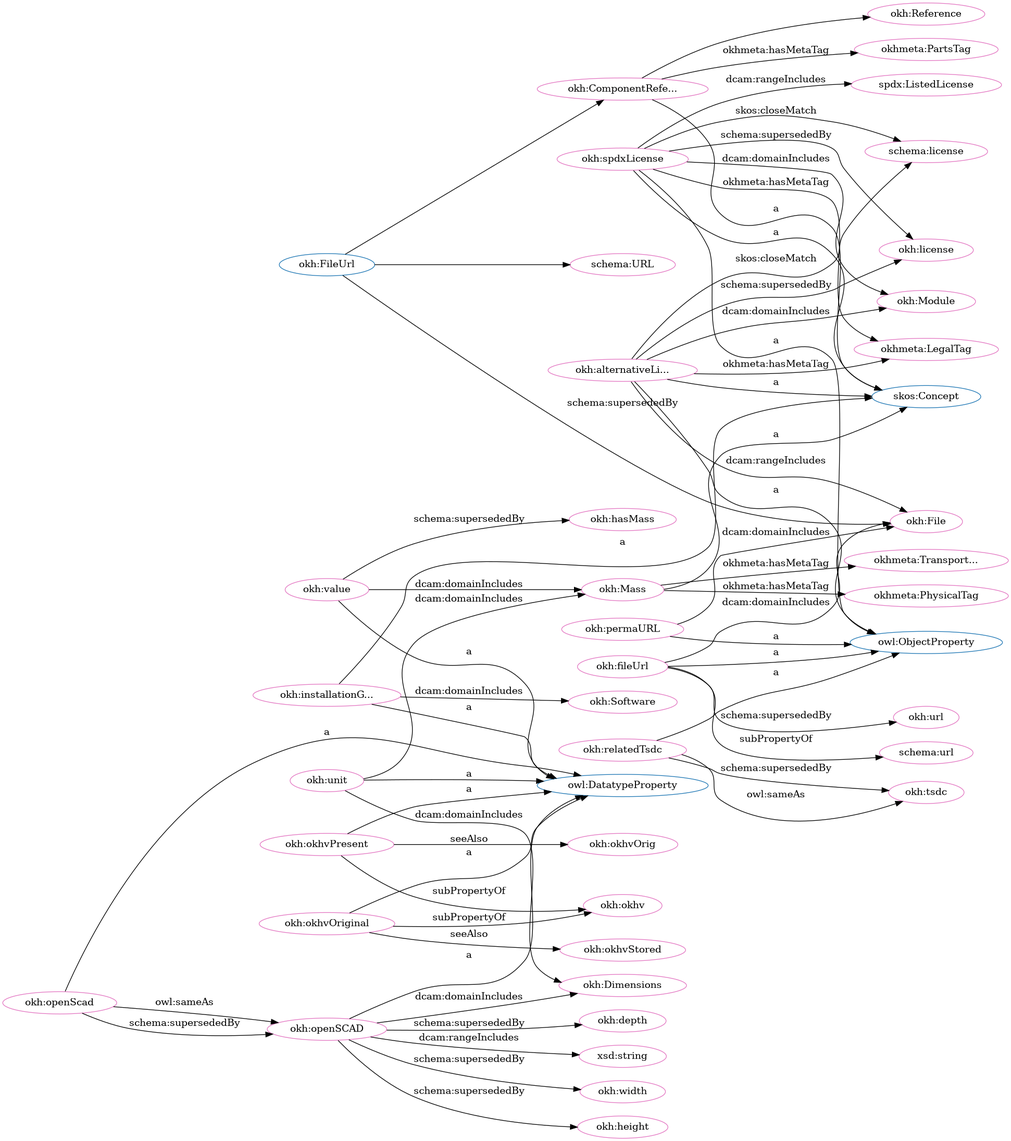
Before: src/spec/dot_okh_deprecated.png, a diagram exported from Graphviz (iop-alliance/OpenKnowHow). Its source is kept beside it as src/spec/dot_okh_deprecated.dot.
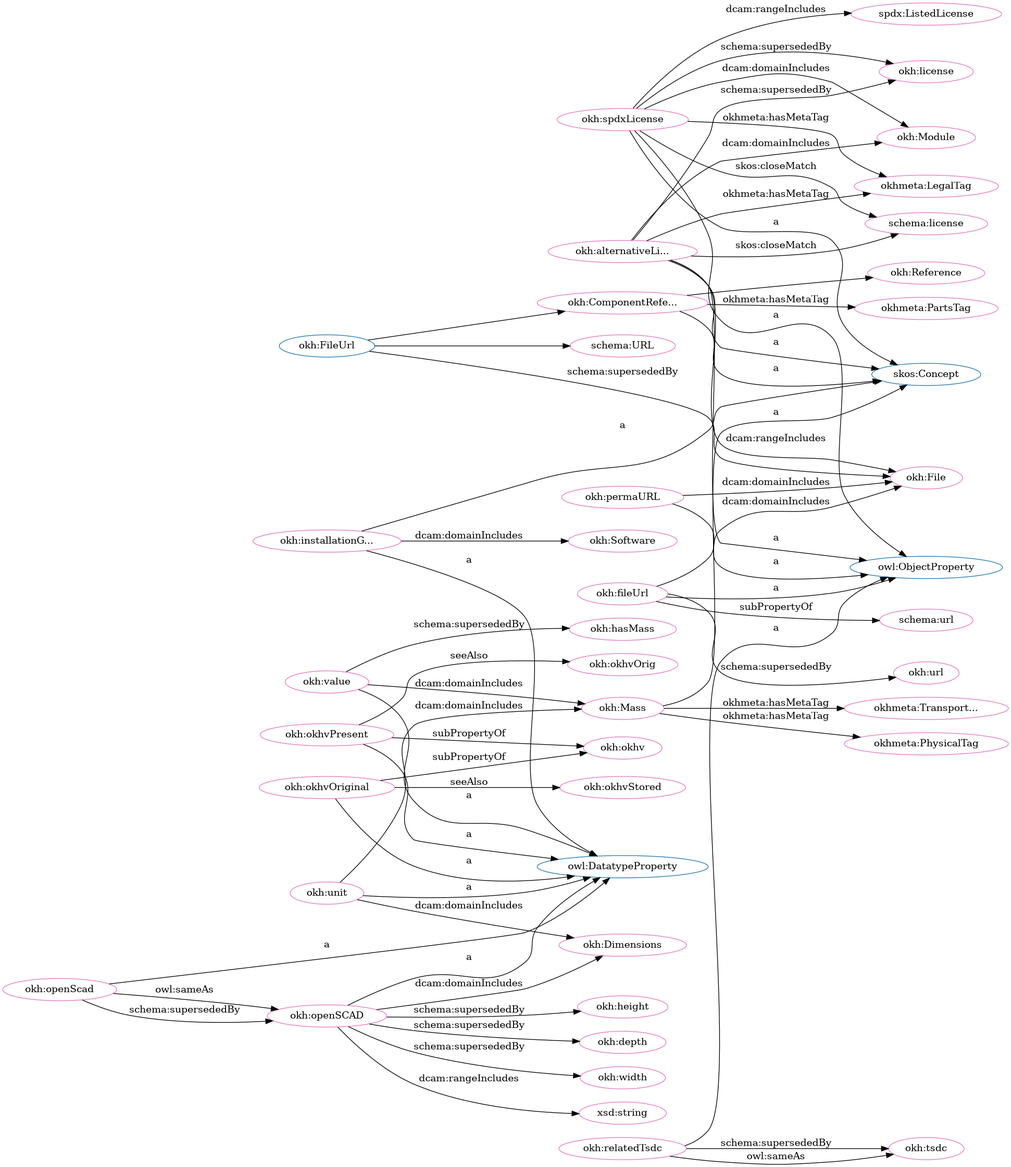
The same diagram one commit later.

Diff of the diagram source:
```diff
@@ -1,106 +1,106 @@
 digraph G {
   rankdir=BT
   node[height=.3]
+"http://www.w3.org/2002/07/owl#ObjectProperty" [fillcolor="#1f77b4" color="#1f77b4" label="owl:ObjectProperty"]
+"http://w3id.org/oseg/ont/okh#Reference" [fillcolor="#1f77b4" color="#1f77b4" label="okh:Reference"]
+"http://w3id.org/oseg/ont/okh#FileUrl" [fillcolor="#1f77b4" color="#1f77b4" label="okh:FileUrl"]
+"http://w3id.org/oseg/ont/okh#ComponentReference" [fillcolor="#1f77b4" color="#1f77b4" label="okh:ComponentRefe..."]
 "http://w3id.org/oseg/ont/okh#Mass" [fillcolor="#1f77b4" color="#1f77b4" label="okh:Mass"]
-"http://schema.org/URL" [fillcolor="#1f77b4" color="#1f77b4" label="schema:URL"]
-"http://www.w3.org/2002/07/owl#ObjectProperty" [fillcolor="#1f77b4" color="#1f77b4" label="owl:ObjectProperty"]
 "http://www.w3.org/2002/07/owl#DatatypeProperty" [fillcolor="#1f77b4" color="#1f77b4" label="owl:DatatypeProperty"]
 "http://www.w3.org/2004/02/skos/core#Concept" [fillcolor="#1f77b4" color="#1f77b4" label="skos:Concept"]
-"http://w3id.org/oseg/ont/okh#FileUrl" [fillcolor="#1f77b4" color="#1f77b4" label="okh:FileUrl"]
-"http://w3id.org/oseg/ont/okh#ComponentReference" [fillcolor="#1f77b4" color="#1f77b4" label="okh:ComponentRefe..."]
-"http://w3id.org/oseg/ont/okh#Reference" [fillcolor="#1f77b4" color="#1f77b4" label="okh:Reference"]
-"http://w3id.org/oseg/ont/okh#hasMass" [fillcolor="#e377c2" color="#e377c2" label="okh:hasMass"]
-"http://w3id.org/oseg/ont/okh#height" [fillcolor="#e377c2" color="#e377c2" label="okh:height"]
-"http://w3id.org/oseg/ont/okh#fileUrl" [fillcolor="#e377c2" color="#e377c2" label="okh:fileUrl"]
+"http://schema.org/URL" [fillcolor="#1f77b4" color="#1f77b4" label="schema:URL"]
+"http://w3id.org/oseg/ont/okh#ComponentReference" [fillcolor="#e377c2" color="#e377c2" label="okh:ComponentRefe..."]
 "http://w3id.org/oseg/ont/okh#File" [fillcolor="#e377c2" color="#e377c2" label="okh:File"]
+"http://w3id.org/oseg/ont/okh#spdxLicense" [fillcolor="#e377c2" color="#e377c2" label="okh:spdxLicense"]
 "http://w3id.org/oseg/ont/okh#okhvOrig" [fillcolor="#e377c2" color="#e377c2" label="okh:okhvOrig"]
+"http://w3id.org/oseg/ont/okh#Module" [fillcolor="#e377c2" color="#e377c2" label="okh:Module"]
+"http://w3id.org/oseg/ont/okh#license" [fillcolor="#e377c2" color="#e377c2" label="okh:license"]
+"http://www.w3.org/2001/XMLSchema#string" [fillcolor="#e377c2" color="#e377c2" label="xsd:string"]
+"http://w3id.org/oseg/ont/okh#installationGuide" [fillcolor="#e377c2" color="#e377c2" label="okh:installationG..."]
+"http://w3id.org/oseg/ont/okh#Dimensions" [fillcolor="#e377c2" color="#e377c2" label="okh:Dimensions"]
 "http://w3id.org/oseg/ont/okh#okhvPresent" [fillcolor="#e377c2" color="#e377c2" label="okh:okhvPresent"]
-"http://w3id.org/oseg/ont/okh#alternativeLicense" [fillcolor="#e377c2" color="#e377c2" label="okh:alternativeLi..."]
-"http://w3id.org/oseg/ont/okh#Mass" [fillcolor="#e377c2" color="#e377c2" label="okh:Mass"]
-"http://w3id.org/oseg/ont/okh#spdxLicense" [fillcolor="#e377c2" color="#e377c2" label="okh:spdxLicense"]
-"http://w3id.org/oseg/ont/okh#Module" [fillcolor="#e377c2" color="#e377c2" label="okh:Module"]
 "http://w3id.org/oseg/ont/okh#okhv" [fillcolor="#e377c2" color="#e377c2" label="okh:okhv"]
 "http://w3id.org/oseg/ont/okhmetaPartsTag" [fillcolor="#e377c2" color="#e377c2" label="okhmeta:PartsTag"]
+"http://w3id.org/oseg/ont/okh#openSCAD" [fillcolor="#e377c2" color="#e377c2" label="okh:openSCAD"]
+"http://schema.org/license" [fillcolor="#e377c2" color="#e377c2" label="schema:license"]
+"http://w3id.org/oseg/ont/okh#Mass" [fillcolor="#e377c2" color="#e377c2" label="okh:Mass"]
+"http://w3id.org/oseg/ont/okh#value" [fillcolor="#e377c2" color="#e377c2" label="okh:value"]
 "http://w3id.org/oseg/ont/okh#tsdc" [fillcolor="#e377c2" color="#e377c2" label="okh:tsdc"]
+"http://w3id.org/oseg/ont/okh#unit" [fillcolor="#e377c2" color="#e377c2" label="okh:unit"]
+"http://w3id.org/oseg/ont/okh#alternativeLicense" [fillcolor="#e377c2" color="#e377c2" label="okh:alternativeLi..."]
+"http://w3id.org/oseg/ont/okhmetaTransportationTag" [fillcolor="#e377c2" color="#e377c2" label="okhmeta:Transport..."]
+"http://w3id.org/oseg/ont/okh#okhvOriginal" [fillcolor="#e377c2" color="#e377c2" label="okh:okhvOriginal"]
+"http://w3id.org/oseg/ont/okh#fileUrl" [fillcolor="#e377c2" color="#e377c2" label="okh:fileUrl"]
+"http://w3id.org/oseg/ont/okh#height" [fillcolor="#e377c2" color="#e377c2" label="okh:height"]
+"http://w3id.org/oseg/ont/okh#Reference" [fillcolor="#e377c2" color="#e377c2" label="okh:Reference"]
+"http://w3id.org/oseg/ont/okh#Software" [fillcolor="#e377c2" color="#e377c2" label="okh:Software"]
 "http://schema.org/URL" [fillcolor="#e377c2" color="#e377c2" label="schema:URL"]
-"http://w3id.org/oseg/ont/okh#depth" [fillcolor="#e377c2" color="#e377c2" label="okh:depth"]
-"http://w3id.org/oseg/ont/okh#license" [fillcolor="#e377c2" color="#e377c2" label="okh:license"]
-"http://w3id.org/oseg/ont/okh#installationGuide" [fillcolor="#e377c2" color="#e377c2" label="okh:installationG..."]
 "http://w3id.org/oseg/ont/okh#okhvStored" [fillcolor="#e377c2" color="#e377c2" label="okh:okhvStored"]
 "http://w3id.org/oseg/ont/okh#relatedTsdc" [fillcolor="#e377c2" color="#e377c2" label="okh:relatedTsdc"]
-"http://www.w3.org/2001/XMLSchema#string" [fillcolor="#e377c2" color="#e377c2" label="xsd:string"]
-"http://schema.org/license" [fillcolor="#e377c2" color="#e377c2" label="schema:license"]
+"http://w3id.org/oseg/ont/okh#depth" [fillcolor="#e377c2" color="#e377c2" label="okh:depth"]
+"http://w3id.org/oseg/ont/okhmetaLegalTag" [fillcolor="#e377c2" color="#e377c2" label="okhmeta:LegalTag"]
+"http://spdx.org/rdf/terms#ListedLicense" [fillcolor="#e377c2" color="#e377c2" label="spdx:ListedLicense"]
+"http://w3id.org/oseg/ont/okh#hasMass" [fillcolor="#e377c2" color="#e377c2" label="okh:hasMass"]
+"http://w3id.org/oseg/ont/okh#width" [fillcolor="#e377c2" color="#e377c2" label="okh:width"]
+"http://w3id.org/oseg/ont/okhmetaPhysicalTag" [fillcolor="#e377c2" color="#e377c2" label="okhmeta:PhysicalTag"]
+"http://w3id.org/oseg/ont/okh#url" [fillcolor="#e377c2" color="#e377c2" label="okh:url"]
 "http://w3id.org/oseg/ont/okh#permaURL" [fillcolor="#e377c2" color="#e377c2" label="okh:permaURL"]
-"http://w3id.org/oseg/ont/okhmetaLegalTag" [fillcolor="#e377c2" color="#e377c2" label="okhmeta:LegalTag"]
-"http://w3id.org/oseg/ont/okh#okhvOriginal" [fillcolor="#e377c2" color="#e377c2" label="okh:okhvOriginal"]
-"http://w3id.org/oseg/ont/okh#Software" [fillcolor="#e377c2" color="#e377c2" label="okh:Software"]
-"http://w3id.org/oseg/ont/okhmetaPhysicalTag" [fillcolor="#e377c2" color="#e377c2" label="okhmeta:PhysicalTag"]
-"http://w3id.org/oseg/ont/okhmetaTransportationTag" [fillcolor="#e377c2" color="#e377c2" label="okhmeta:Transport..."]
-"http://w3id.org/oseg/ont/okh#width" [fillcolor="#e377c2" color="#e377c2" label="okh:width"]
-"http://w3id.org/oseg/ont/okh#openSCAD" [fillcolor="#e377c2" color="#e377c2" label="okh:openSCAD"]
-"http://w3id.org/oseg/ont/okh#Dimensions" [fillcolor="#e377c2" color="#e377c2" label="okh:Dimensions"]
-"http://w3id.org/oseg/ont/okh#value" [fillcolor="#e377c2" color="#e377c2" label="okh:value"]
-"http://w3id.org/oseg/ont/okh#ComponentReference" [fillcolor="#e377c2" color="#e377c2" label="okh:ComponentRefe..."]
-"http://w3id.org/oseg/ont/okh#Reference" [fillcolor="#e377c2" color="#e377c2" label="okh:Reference"]
-"http://spdx.org/rdf/terms#ListedLicense" [fillcolor="#e377c2" color="#e377c2" label="spdx:ListedLicense"]
-"http://w3id.org/oseg/ont/okh#url" [fillcolor="#e377c2" color="#e377c2" label="okh:url"]
+"http://schema.org/url" [fillcolor="#e377c2" color="#e377c2" label="schema:url"]
 "http://w3id.org/oseg/ont/okh#openScad" [fillcolor="#e377c2" color="#e377c2" label="okh:openScad"]
-"http://w3id.org/oseg/ont/okh#unit" [fillcolor="#e377c2" color="#e377c2" label="okh:unit"]
-"http://schema.org/url" [fillcolor="#e377c2" color="#e377c2" label="schema:url"]
-  "http://w3id.org/oseg/ont/okh#value" -> "http://w3id.org/oseg/ont/okh#hasMass" [label="schema:supersededBy"]
-  "http://w3id.org/oseg/ont/okh#openSCAD" -> "http://w3id.org/oseg/ont/okh#height" [label="schema:supersededBy"]
-  "http://w3id.org/oseg/ont/okh#fileUrl" -> "http://www.w3.org/2002/07/owl#ObjectProperty" [label="a"]
-  "http://w3id.org/oseg/ont/okh#alternativeLicense" -> "http://w3id.org/oseg/ont/okh#File" [label="dcam:rangeIncludes"]
+  "http://w3id.org/oseg/ont/okh#spdxLicense" -> "http://www.w3.org/2002/07/owl#ObjectProperty" [label="a"]
+  "http://w3id.org/oseg/ont/okh#ComponentReference" -> "http://www.w3.org/2004/02/skos/core#Concept" [label="a"]
+  "http://w3id.org/oseg/ont/okh#FileUrl" -> "http://w3id.org/oseg/ont/okh#File" [label="schema:supersededBy"]
   "http://w3id.org/oseg/ont/okh#okhvPresent" -> "http://w3id.org/oseg/ont/okh#okhvOrig" [label="seeAlso"]
+  "http://w3id.org/oseg/ont/okh#spdxLicense" -> "http://w3id.org/oseg/ont/okh#Module" [label="dcam:domainIncludes"]
+  "http://w3id.org/oseg/ont/okh#FileUrl" -> "http://w3id.org/oseg/ont/okh#ComponentReference" [label=""]
+  "http://w3id.org/oseg/ont/okh#fileUrl" -> "http://w3id.org/oseg/ont/okh#File" [label="dcam:domainIncludes"]
+  "http://w3id.org/oseg/ont/okh#alternativeLicense" -> "http://w3id.org/oseg/ont/okh#license" [label="schema:supersededBy"]
+  "http://w3id.org/oseg/ont/okh#openSCAD" -> "http://www.w3.org/2001/XMLSchema#string" [label="dcam:rangeIncludes"]
+  "http://w3id.org/oseg/ont/okh#installationGuide" -> "http://www.w3.org/2004/02/skos/core#Concept" [label="a"]
+  "http://w3id.org/oseg/ont/okh#openSCAD" -> "http://w3id.org/oseg/ont/okh#Dimensions" [label="dcam:domainIncludes"]
   "http://w3id.org/oseg/ont/okh#okhvPresent" -> "http://www.w3.org/2002/07/owl#DatatypeProperty" [label="a"]
-  "http://w3id.org/oseg/ont/okh#alternativeLicense" -> "http://www.w3.org/2002/07/owl#ObjectProperty" [label="a"]
-  "http://w3id.org/oseg/ont/okh#Mass" -> "http://www.w3.org/2004/02/skos/core#Concept" [label="a"]
-  "http://w3id.org/oseg/ont/okh#spdxLicense" -> "http://www.w3.org/2002/07/owl#ObjectProperty" [label="a"]
-  "http://w3id.org/oseg/ont/okh#alternativeLicense" -> "http://w3id.org/oseg/ont/okh#Module" [label="dcam:domainIncludes"]
-  "http://w3id.org/oseg/ont/okh#spdxLicense" -> "http://w3id.org/oseg/ont/okh#Module" [label="dcam:domainIncludes"]
-  "http://w3id.org/oseg/ont/okh#okhvOriginal" -> "http://w3id.org/oseg/ont/okh#okhv" [label="subPropertyOf"]
+  "http://w3id.org/oseg/ont/okh#okhvPresent" -> "http://w3id.org/oseg/ont/okh#okhv" [label="subPropertyOf"]
   "http://w3id.org/oseg/ont/okh#ComponentReference" -> "http://w3id.org/oseg/ont/okhmetaPartsTag" [label="okhmeta:hasMetaTag"]
-  "http://w3id.org/oseg/ont/okh#relatedTsdc" -> "http://w3id.org/oseg/ont/okh#tsdc" [label="owl:sameAs"]
-  "http://w3id.org/oseg/ont/okh#FileUrl" -> "http://schema.org/URL" [label=""]
-  "http://w3id.org/oseg/ont/okh#openSCAD" -> "http://w3id.org/oseg/ont/okh#depth" [label="schema:supersededBy"]
-  "http://w3id.org/oseg/ont/okh#installationGuide" -> "http://www.w3.org/2004/02/skos/core#Concept" [label="a"]
-  "http://w3id.org/oseg/ont/okh#alternativeLicense" -> "http://w3id.org/oseg/ont/okh#license" [label="schema:supersededBy"]
-  "http://w3id.org/oseg/ont/okh#okhvOriginal" -> "http://w3id.org/oseg/ont/okh#okhvStored" [label="seeAlso"]
-  "http://w3id.org/oseg/ont/okh#relatedTsdc" -> "http://w3id.org/oseg/ont/okh#tsdc" [label="schema:supersededBy"]
-  "http://w3id.org/oseg/ont/okh#relatedTsdc" -> "http://www.w3.org/2002/07/owl#ObjectProperty" [label="a"]
-  "http://w3id.org/oseg/ont/okh#openSCAD" -> "http://www.w3.org/2001/XMLSchema#string" [label="dcam:rangeIncludes"]
-  "http://w3id.org/oseg/ont/okh#alternativeLicense" -> "http://schema.org/license" [label="skos:closeMatch"]
+  "http://w3id.org/oseg/ont/okh#openScad" -> "http://w3id.org/oseg/ont/okh#openSCAD" [label="schema:supersededBy"]
+  "http://w3id.org/oseg/ont/okh#permaURL" -> "http://w3id.org/oseg/ont/okh#File" [label="dcam:domainIncludes"]
   "http://w3id.org/oseg/ont/okh#spdxLicense" -> "http://schema.org/license" [label="skos:closeMatch"]
-  "http://w3id.org/oseg/ont/okh#permaURL" -> "http://www.w3.org/2002/07/owl#ObjectProperty" [label="a"]
-  "http://w3id.org/oseg/ont/okh#alternativeLicense" -> "http://w3id.org/oseg/ont/okhmetaLegalTag" [label="okhmeta:hasMetaTag"]
-  "http://w3id.org/oseg/ont/okh#okhvOriginal" -> "http://www.w3.org/2002/07/owl#DatatypeProperty" [label="a"]
   "http://w3id.org/oseg/ont/okh#value" -> "http://w3id.org/oseg/ont/okh#Mass" [label="dcam:domainIncludes"]
   "http://w3id.org/oseg/ont/okh#unit" -> "http://w3id.org/oseg/ont/okh#Mass" [label="dcam:domainIncludes"]
+  "http://w3id.org/oseg/ont/okh#value" -> "http://www.w3.org/2002/07/owl#DatatypeProperty" [label="a"]
+  "http://w3id.org/oseg/ont/okh#relatedTsdc" -> "http://w3id.org/oseg/ont/okh#tsdc" [label="schema:supersededBy"]
+  "http://w3id.org/oseg/ont/okh#unit" -> "http://www.w3.org/2002/07/owl#DatatypeProperty" [label="a"]
+  "http://w3id.org/oseg/ont/okh#openSCAD" -> "http://www.w3.org/2002/07/owl#DatatypeProperty" [label="a"]
+  "http://w3id.org/oseg/ont/okh#alternativeLicense" -> "http://www.w3.org/2004/02/skos/core#Concept" [label="a"]
+  "http://w3id.org/oseg/ont/okh#installationGuide" -> "http://www.w3.org/2002/07/owl#DatatypeProperty" [label="a"]
+  "http://w3id.org/oseg/ont/okh#unit" -> "http://w3id.org/oseg/ont/okh#Dimensions" [label="dcam:domainIncludes"]
+  "http://w3id.org/oseg/ont/okh#alternativeLicense" -> "http://www.w3.org/2002/07/owl#ObjectProperty" [label="a"]
+  "http://w3id.org/oseg/ont/okh#Mass" -> "http://w3id.org/oseg/ont/okhmetaTransportationTag" [label="okhmeta:hasMetaTag"]
+  "http://w3id.org/oseg/ont/okh#Mass" -> "http://www.w3.org/2004/02/skos/core#Concept" [label="a"]
+  "http://w3id.org/oseg/ont/okh#okhvOriginal" -> "http://www.w3.org/2002/07/owl#DatatypeProperty" [label="a"]
+  "http://w3id.org/oseg/ont/okh#spdxLicense" -> "http://w3id.org/oseg/ont/okh#license" [label="schema:supersededBy"]
+  "http://w3id.org/oseg/ont/okh#fileUrl" -> "http://www.w3.org/2002/07/owl#ObjectProperty" [label="a"]
+  "http://w3id.org/oseg/ont/okh#openSCAD" -> "http://w3id.org/oseg/ont/okh#height" [label="schema:supersededBy"]
+  "http://w3id.org/oseg/ont/okh#ComponentReference" -> "http://w3id.org/oseg/ont/okh#Reference" [label=""]
+  "http://w3id.org/oseg/ont/okh#openScad" -> "http://w3id.org/oseg/ont/okh#openSCAD" [label="owl:sameAs"]
   "http://w3id.org/oseg/ont/okh#installationGuide" -> "http://w3id.org/oseg/ont/okh#Software" [label="dcam:domainIncludes"]
-  "http://w3id.org/oseg/ont/okh#alternativeLicense" -> "http://www.w3.org/2004/02/skos/core#Concept" [label="a"]
+  "http://w3id.org/oseg/ont/okh#FileUrl" -> "http://schema.org/URL" [label=""]
+  "http://w3id.org/oseg/ont/okh#okhvOriginal" -> "http://w3id.org/oseg/ont/okh#okhvStored" [label="seeAlso"]
+  "http://w3id.org/oseg/ont/okh#relatedTsdc" -> "http://www.w3.org/2002/07/owl#ObjectProperty" [label="a"]
+  "http://w3id.org/oseg/ont/okh#openSCAD" -> "http://w3id.org/oseg/ont/okh#depth" [label="schema:supersededBy"]
+  "http://w3id.org/oseg/ont/okh#spdxLicense" -> "http://w3id.org/oseg/ont/okhmetaLegalTag" [label="okhmeta:hasMetaTag"]
+  "http://w3id.org/oseg/ont/okh#okhvOriginal" -> "http://w3id.org/oseg/ont/okh#okhv" [label="subPropertyOf"]
+  "http://w3id.org/oseg/ont/okh#alternativeLicense" -> "http://w3id.org/oseg/ont/okh#Module" [label="dcam:domainIncludes"]
+  "http://w3id.org/oseg/ont/okh#spdxLicense" -> "http://spdx.org/rdf/terms#ListedLicense" [label="dcam:rangeIncludes"]
+  "http://w3id.org/oseg/ont/okh#value" -> "http://w3id.org/oseg/ont/okh#hasMass" [label="schema:supersededBy"]
+  "http://w3id.org/oseg/ont/okh#spdxLicense" -> "http://www.w3.org/2004/02/skos/core#Concept" [label="a"]
+  "http://w3id.org/oseg/ont/okh#alternativeLicense" -> "http://schema.org/license" [label="skos:closeMatch"]
+  "http://w3id.org/oseg/ont/okh#openSCAD" -> "http://w3id.org/oseg/ont/okh#width" [label="schema:supersededBy"]
   "http://w3id.org/oseg/ont/okh#Mass" -> "http://w3id.org/oseg/ont/okhmetaPhysicalTag" [label="okhmeta:hasMetaTag"]
-  "http://w3id.org/oseg/ont/okh#spdxLicense" -> "http://www.w3.org/2004/02/skos/core#Concept" [label="a"]
-  "http://w3id.org/oseg/ont/okh#permaURL" -> "http://w3id.org/oseg/ont/okh#File" [label="dcam:domainIncludes"]
-  "http://w3id.org/oseg/ont/okh#Mass" -> "http://w3id.org/oseg/ont/okhmetaTransportationTag" [label="okhmeta:hasMetaTag"]
-  "http://w3id.org/oseg/ont/okh#openSCAD" -> "http://w3id.org/oseg/ont/okh#width" [label="schema:supersededBy"]
-  "http://w3id.org/oseg/ont/okh#openScad" -> "http://w3id.org/oseg/ont/okh#openSCAD" [label="schema:supersededBy"]
-  "http://w3id.org/oseg/ont/okh#installationGuide" -> "http://www.w3.org/2002/07/owl#DatatypeProperty" [label="a"]
-  "http://w3id.org/oseg/ont/okh#FileUrl" -> "http://w3id.org/oseg/ont/okh#File" [label="schema:supersededBy"]
-  "http://w3id.org/oseg/ont/okh#spdxLicense" -> "http://w3id.org/oseg/ont/okhmetaLegalTag" [label="okhmeta:hasMetaTag"]
-  "http://w3id.org/oseg/ont/okh#openSCAD" -> "http://w3id.org/oseg/ont/okh#Dimensions" [label="dcam:domainIncludes"]
-  "http://w3id.org/oseg/ont/okh#value" -> "http://www.w3.org/2002/07/owl#DatatypeProperty" [label="a"]
-  "http://w3id.org/oseg/ont/okh#spdxLicense" -> "http://w3id.org/oseg/ont/okh#license" [label="schema:supersededBy"]
-  "http://w3id.org/oseg/ont/okh#FileUrl" -> "http://w3id.org/oseg/ont/okh#ComponentReference" [label=""]
-  "http://w3id.org/oseg/ont/okh#ComponentReference" -> "http://w3id.org/oseg/ont/okh#Reference" [label=""]
-  "http://w3id.org/oseg/ont/okh#spdxLicense" -> "http://spdx.org/rdf/terms#ListedLicense" [label="dcam:rangeIncludes"]
-  "http://w3id.org/oseg/ont/okh#unit" -> "http://w3id.org/oseg/ont/okh#Dimensions" [label="dcam:domainIncludes"]
-  "http://w3id.org/oseg/ont/okh#okhvPresent" -> "http://w3id.org/oseg/ont/okh#okhv" [label="subPropertyOf"]
   "http://w3id.org/oseg/ont/okh#fileUrl" -> "http://w3id.org/oseg/ont/okh#url" [label="schema:supersededBy"]
+  "http://w3id.org/oseg/ont/okh#relatedTsdc" -> "http://w3id.org/oseg/ont/okh#tsdc" [label="owl:sameAs"]
+  "http://w3id.org/oseg/ont/okh#permaURL" -> "http://www.w3.org/2002/07/owl#ObjectProperty" [label="a"]
+  "http://w3id.org/oseg/ont/okh#fileUrl" -> "http://schema.org/url" [label="subPropertyOf"]
   "http://w3id.org/oseg/ont/okh#openScad" -> "http://www.w3.org/2002/07/owl#DatatypeProperty" [label="a"]
-  "http://w3id.org/oseg/ont/okh#openSCAD" -> "http://www.w3.org/2002/07/owl#DatatypeProperty" [label="a"]
-  "http://w3id.org/oseg/ont/okh#ComponentReference" -> "http://www.w3.org/2004/02/skos/core#Concept" [label="a"]
-  "http://w3id.org/oseg/ont/okh#fileUrl" -> "http://w3id.org/oseg/ont/okh#File" [label="dcam:domainIncludes"]
-  "http://w3id.org/oseg/ont/okh#unit" -> "http://www.w3.org/2002/07/owl#DatatypeProperty" [label="a"]
-  "http://w3id.org/oseg/ont/okh#openScad" -> "http://w3id.org/oseg/ont/okh#openSCAD" [label="owl:sameAs"]
-  "http://w3id.org/oseg/ont/okh#fileUrl" -> "http://schema.org/url" [label="subPropertyOf"]
+  "http://w3id.org/oseg/ont/okh#alternativeLicense" -> "http://w3id.org/oseg/ont/okh#File" [label="dcam:rangeIncludes"]
+  "http://w3id.org/oseg/ont/okh#alternativeLicense" -> "http://w3id.org/oseg/ont/okhmetaLegalTag" [label="okhmeta:hasMetaTag"]
 }
```
